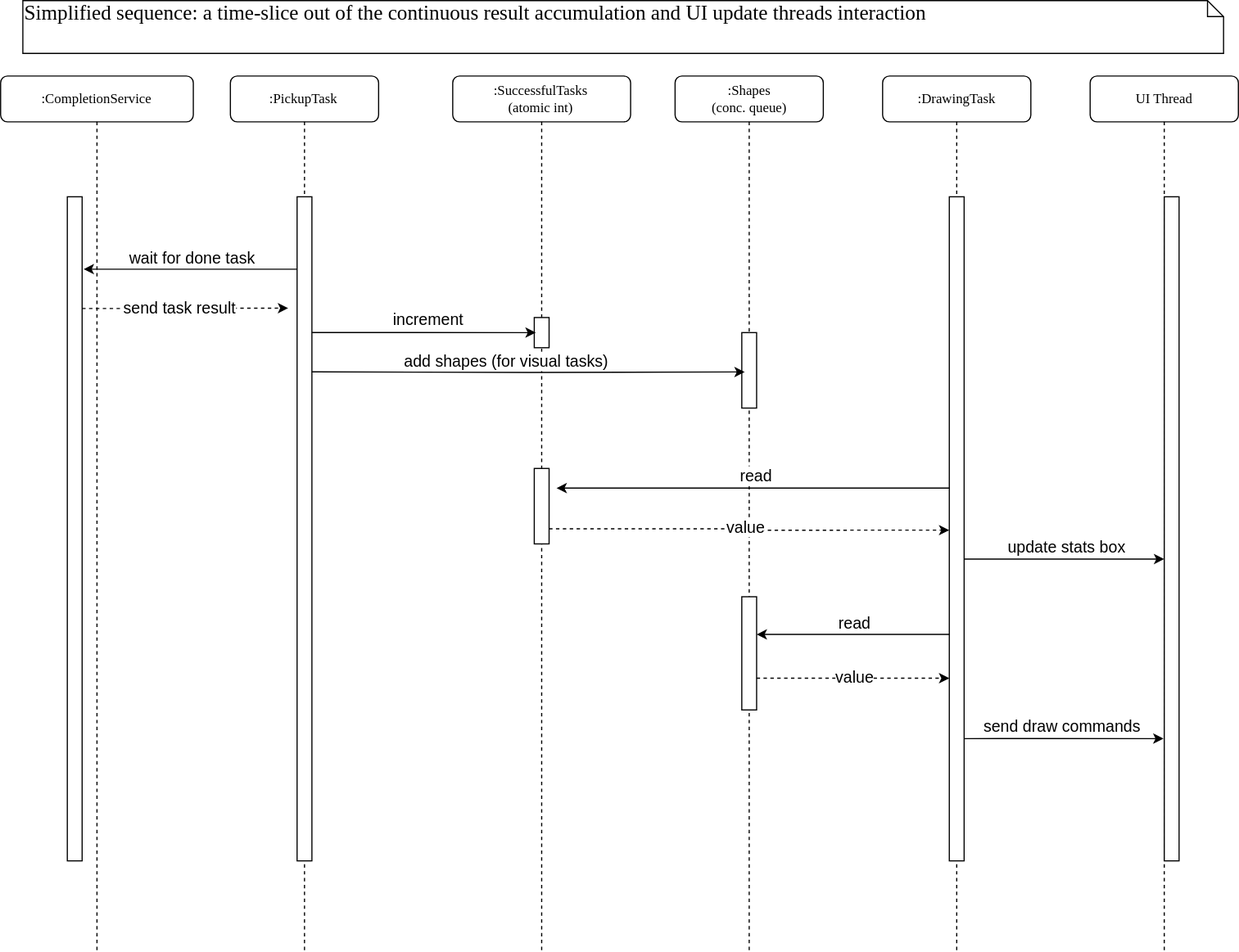
Above: images/threadoff-result-handling.svg in cdonhofer/ThreadOff (draw.io), before the change. Source tidied: cells renumbered, new cells last; positions are measured from the earlier drawing's top-left corner, leaving out a move shared by most shapes.
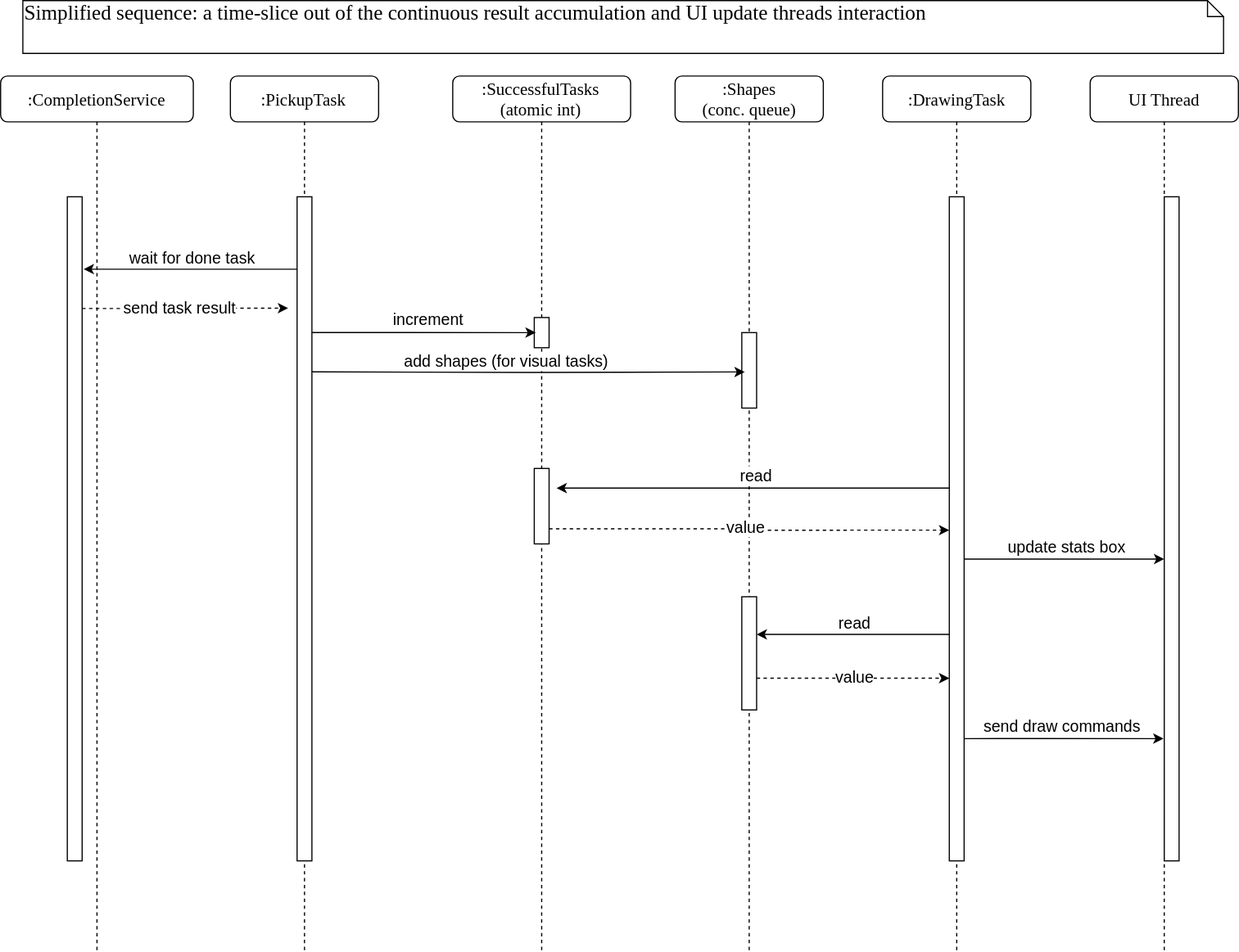
After the change.

The edit, as a diff of the source:
```diff
@@ -2,13 +2,13 @@
   <root>
     <mxCell id="0" />
     <mxCell id="1" parent="0" />
-    <mxCell id="2" value=":PickupTask" style="shape=umlLifeline;perimeter=lifelinePerimeter;whiteSpace=wrap;html=1;rounded=1;shadow=0;comic=0;labelBackgroundColor=none;strokeWidth=1;fontFamily=Verdana;fontSize=12;align=center;" parent="1" vertex="1">
+    <mxCell id="2" value="&lt;font style=&quot;font-size: 15px;&quot;&gt;:PickupTask&lt;/font&gt;" style="shape=umlLifeline;perimeter=lifelinePerimeter;whiteSpace=wrap;html=1;rounded=1;shadow=0;comic=0;labelBackgroundColor=none;strokeWidth=1;fontFamily=Verdana;fontSize=12;align=center;" parent="1" vertex="1">
       <mxGeometry x="200.5" y="65.9" width="129.3" height="764.1" as="geometry" />
     </mxCell>
     <mxCell id="3" style="html=1;points=[];perimeter=orthogonalPerimeter;rounded=0;shadow=0;comic=0;labelBackgroundColor=none;strokeWidth=1;fontFamily=Verdana;fontSize=12;align=center;" parent="2" vertex="1">
       <mxGeometry x="58.2" y="105.4" width="12.9" height="579.7" as="geometry" />
     </mxCell>
-    <mxCell id="4" value="&lt;div&gt;:SuccessfulTasks&lt;/div&gt;&lt;div&gt;(atomic int)&lt;br&gt;&lt;/div&gt;" style="shape=umlLifeline;perimeter=lifelinePerimeter;whiteSpace=wrap;html=1;rounded=1;shadow=0;comic=0;labelBackgroundColor=none;strokeWidth=1;fontFamily=Verdana;fontSize=12;align=center;" parent="1" vertex="1">
+    <mxCell id="4" value="&lt;div style=&quot;font-size: 15px;&quot;&gt;&lt;font style=&quot;font-size: 15px;&quot;&gt;:SuccessfulTasks&lt;/font&gt;&lt;/div&gt;&lt;div style=&quot;font-size: 15px;&quot;&gt;&lt;font style=&quot;font-size: 15px;&quot;&gt;(atomic int)&lt;font style=&quot;font-size: 15px;&quot;&gt;&lt;br&gt;&lt;/font&gt;&lt;/font&gt;&lt;/div&gt;" style="shape=umlLifeline;perimeter=lifelinePerimeter;whiteSpace=wrap;html=1;rounded=1;shadow=0;comic=0;labelBackgroundColor=none;strokeWidth=1;fontFamily=Verdana;fontSize=12;align=center;" parent="1" vertex="1">
       <mxGeometry x="394.5" y="65.9" width="155.2" height="764.1" as="geometry" />
     </mxCell>
     <mxCell id="5" style="html=1;points=[];perimeter=orthogonalPerimeter;rounded=0;shadow=0;comic=0;labelBackgroundColor=none;strokeWidth=1;fontFamily=Verdana;fontSize=12;align=center;" parent="4" vertex="1">
@@ -17,22 +17,22 @@
     <mxCell id="6" style="html=1;points=[];perimeter=orthogonalPerimeter;rounded=0;shadow=0;comic=0;labelBackgroundColor=none;strokeWidth=1;fontFamily=Verdana;fontSize=12;align=center;" parent="4" vertex="1">
       <mxGeometry x="71.1" y="342.5" width="12.9" height="65.9" as="geometry" />
     </mxCell>
-    <mxCell id="7" value="&lt;div&gt;:Shapes&lt;/div&gt;&lt;div&gt;(conc. queue)&lt;br&gt;&lt;/div&gt;" style="shape=umlLifeline;perimeter=lifelinePerimeter;whiteSpace=wrap;html=1;rounded=1;shadow=0;comic=0;labelBackgroundColor=none;strokeWidth=1;fontFamily=Verdana;fontSize=12;align=center;" parent="1" vertex="1">
+    <mxCell id="7" value="&lt;div style=&quot;font-size: 15px;&quot;&gt;&lt;font style=&quot;font-size: 15px;&quot;&gt;:Shapes&lt;/font&gt;&lt;/div&gt;&lt;div style=&quot;font-size: 15px;&quot;&gt;&lt;font style=&quot;font-size: 15px;&quot;&gt;(conc. queue)&lt;font style=&quot;font-size: 15px;&quot;&gt;&lt;br&gt;&lt;/font&gt;&lt;/font&gt;&lt;/div&gt;" style="shape=umlLifeline;perimeter=lifelinePerimeter;whiteSpace=wrap;html=1;rounded=1;shadow=0;comic=0;labelBackgroundColor=none;strokeWidth=1;fontFamily=Verdana;fontSize=12;align=center;" parent="1" vertex="1">
       <mxGeometry x="588.5" y="65.9" width="129.3" height="764.1" as="geometry" />
     </mxCell>
     <mxCell id="8" style="html=1;points=[];perimeter=orthogonalPerimeter;rounded=0;shadow=0;comic=0;labelBackgroundColor=none;strokeWidth=1;fontFamily=Verdana;fontSize=12;align=center;" parent="7" vertex="1">
       <mxGeometry x="58.2" y="454.5" width="12.9" height="98.8" as="geometry" />
     </mxCell>
-    <mxCell id="9" value=":DrawingTask" style="shape=umlLifeline;perimeter=lifelinePerimeter;whiteSpace=wrap;html=1;rounded=1;shadow=0;comic=0;labelBackgroundColor=none;strokeWidth=1;fontFamily=Verdana;fontSize=12;align=center;" parent="1" vertex="1">
+    <mxCell id="9" value="&lt;font style=&quot;font-size: 15px;&quot;&gt;:DrawingTask&lt;/font&gt;" style="shape=umlLifeline;perimeter=lifelinePerimeter;whiteSpace=wrap;html=1;rounded=1;shadow=0;comic=0;labelBackgroundColor=none;strokeWidth=1;fontFamily=Verdana;fontSize=12;align=center;" parent="1" vertex="1">
       <mxGeometry x="769.6" y="65.9" width="129.3" height="764.1" as="geometry" />
     </mxCell>
     <mxCell id="10" style="html=1;points=[];perimeter=orthogonalPerimeter;rounded=0;shadow=0;comic=0;labelBackgroundColor=none;strokeWidth=1;fontFamily=Verdana;fontSize=12;align=center;" parent="9" vertex="1">
       <mxGeometry x="58.2" y="105.4" width="12.9" height="579.7" as="geometry" />
     </mxCell>
-    <mxCell id="11" value="UI Thread" style="shape=umlLifeline;perimeter=lifelinePerimeter;whiteSpace=wrap;html=1;rounded=1;shadow=0;comic=0;labelBackgroundColor=none;strokeWidth=1;fontFamily=Verdana;fontSize=12;align=center;" parent="1" vertex="1">
+    <mxCell id="11" value="&lt;font style=&quot;font-size: 15px;&quot;&gt;UI Thread&lt;/font&gt;" style="shape=umlLifeline;perimeter=lifelinePerimeter;whiteSpace=wrap;html=1;rounded=1;shadow=0;comic=0;labelBackgroundColor=none;strokeWidth=1;fontFamily=Verdana;fontSize=12;align=center;" parent="1" vertex="1">
       <mxGeometry x="950.7" y="65.9" width="129.3" height="764.1" as="geometry" />
     </mxCell>
-    <mxCell id="12" value="&lt;div&gt;:CompletionService&lt;/div&gt;" style="shape=umlLifeline;perimeter=lifelinePerimeter;whiteSpace=wrap;html=1;rounded=1;shadow=0;comic=0;labelBackgroundColor=none;strokeWidth=1;fontFamily=Verdana;fontSize=12;align=center;" parent="1" vertex="1">
+    <mxCell id="12" value="&lt;div style=&quot;font-size: 15px;&quot;&gt;&lt;font style=&quot;font-size: 15px;&quot;&gt;:CompletionService&lt;/font&gt;&lt;/div&gt;" style="shape=umlLifeline;perimeter=lifelinePerimeter;whiteSpace=wrap;html=1;rounded=1;shadow=0;comic=0;labelBackgroundColor=none;strokeWidth=1;fontFamily=Verdana;fontSize=12;align=center;" parent="1" vertex="1">
       <mxGeometry y="65.9" width="168.1" height="764.1" as="geometry" />
     </mxCell>
     <mxCell id="13" style="html=1;points=[];perimeter=orthogonalPerimeter;rounded=0;shadow=0;comic=0;labelBackgroundColor=none;strokeWidth=1;fontFamily=Verdana;fontSize=12;align=center;" parent="12" vertex="1">
```
